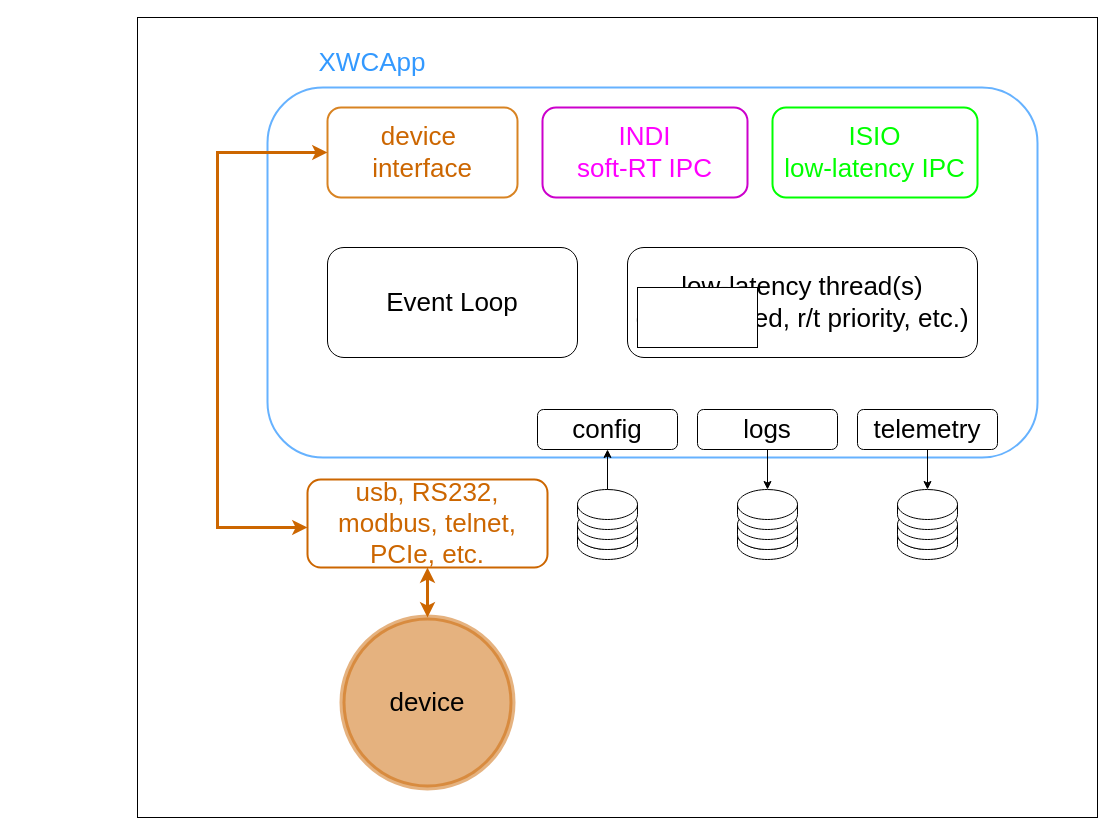
This is xwcapp.drawio from jaredmales/drawio, a draw.io file, before an edit. Source tidied: cells renumbered, new cells numbered last; positions are measured from the earlier drawing's top-left corner, leaving out a move shared by most shapes. Both pictures are drawn from the tidied source at 100%, with x=0, y=0 at pixel (17, 17).
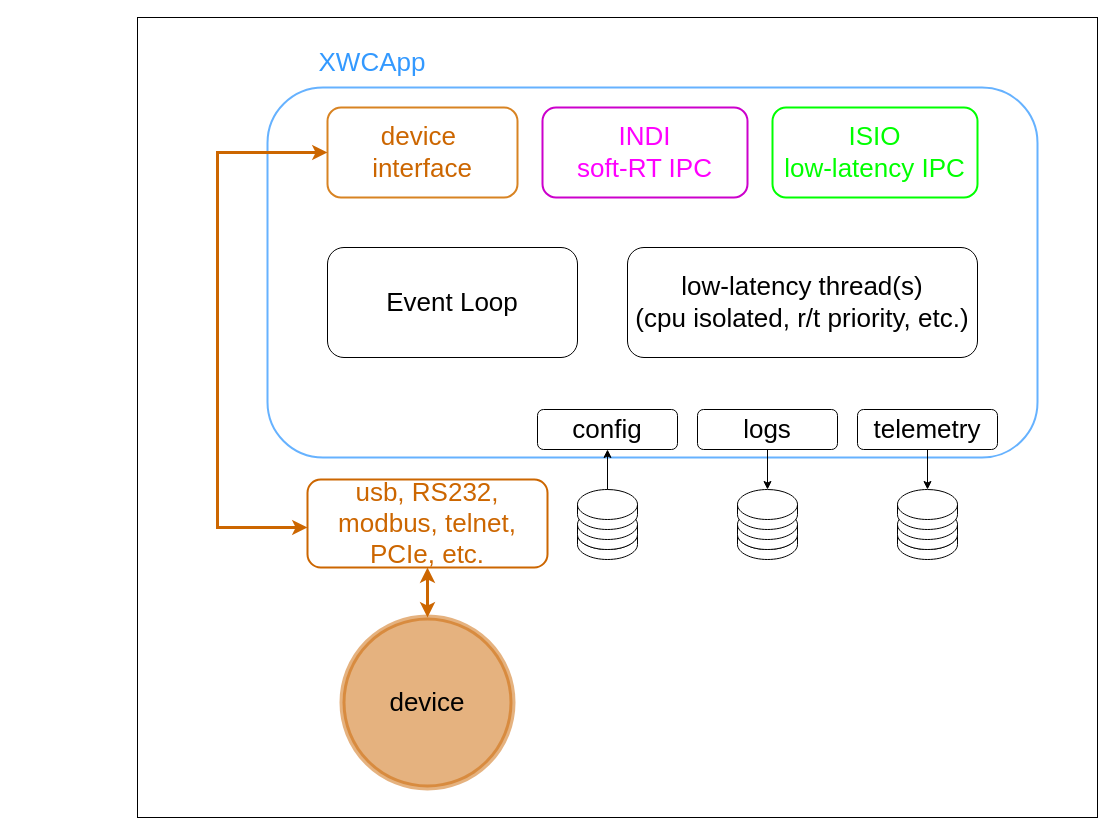
The same page after the edit.

What changed in the source:
```diff
@@
-    <mxCell id="30" style="rounded=0;whiteSpace=wrap;html=1;" parent="1" vertex="1">
-      <mxGeometry x="620" y="270" width="120" height="60" as="geometry" />
-    </mxCell>
-    <mxCell id="31" style="rounded=0;whiteSpace=wrap;html=1;" parent="1" vertex="1">
-      <mxGeometry x="620" y="270" width="120" height="60" as="geometry" />
-    </mxCell>
-    <mxCell id="32" style="rounded=0;whiteSpace=wrap;html=1;" parent="1" vertex="1">
-      <mxGeometry x="620" y="270" width="120" height="60" as="geometry" />
-    </mxCell>
```
